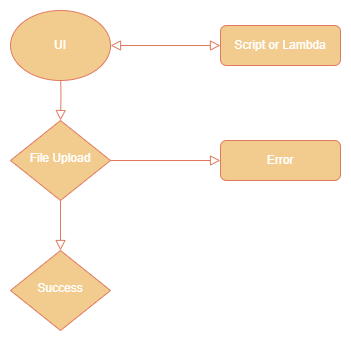
Before: pre-signed-s3/diagram.png, a diagram exported from draw.io (bruno-g-galvan/redcloud-web-test). Source tidied: cells renumbered, new cells last; positions are measured from the earlier drawing's top-left corner, leaving out a move shared by most shapes.
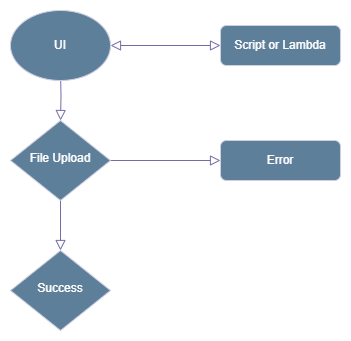
Later version of the same file.

Change to the diagram source:
```diff
@@ -2,12 +2,12 @@
   <root>
     <mxCell id="0" />
     <mxCell id="1" parent="0" />
-    <mxCell id="2" style="rounded=0;html=1;jettySize=auto;fontSize=11;endArrow=block;endFill=0;endSize=8;strokeWidth=1;shadow=0;labelBackgroundColor=none;edgeStyle=orthogonalEdgeStyle;strokeColor=#E07A5F;fontColor=#ffffff;" parent="1" edge="1" target="7">
+    <mxCell id="2" style="rounded=0;html=1;jettySize=auto;fontSize=11;endArrow=block;endFill=0;endSize=8;strokeWidth=1;shadow=0;labelBackgroundColor=none;edgeStyle=orthogonalEdgeStyle;strokeColor=#736CA8;fontColor=#ffffff;" parent="1" edge="1" target="7">
       <mxGeometry relative="1" as="geometry">
         <mxPoint x="50" y="60" as="sourcePoint" />
       </mxGeometry>
     </mxCell>
-    <mxCell id="3" style="edgeStyle=none;curved=1;rounded=0;jettySize=auto;html=1;fontSize=12;startSize=8;endSize=8;strokeColor=#E07A5F;startArrow=block;startFill=0;labelBackgroundColor=none;fontColor=#ffffff;endArrow=block;endFill=0;" parent="1" edge="1" target="10">
+    <mxCell id="3" style="edgeStyle=none;curved=1;rounded=0;jettySize=auto;html=1;fontSize=12;startSize=8;endSize=8;strokeColor=#736CA8;startArrow=block;startFill=0;labelBackgroundColor=none;fontColor=#ffffff;endArrow=block;endFill=0;" parent="1" edge="1" target="10">
       <mxGeometry relative="1" as="geometry">
         <mxPoint x="100" y="35" as="sourcePoint" />
       </mxGeometry>
@@ -17,25 +17,25 @@
         <mxPoint x="5" y="-12" as="offset" />
       </mxGeometry>
     </mxCell>
-    <mxCell id="5" value="Yes" style="rounded=0;html=1;jettySize=auto;fontSize=11;endArrow=block;endFill=0;endSize=8;strokeWidth=1;shadow=0;labelBackgroundColor=none;edgeStyle=orthogonalEdgeStyle;strokeColor=#E07A5F;fontColor=#ffffff;" parent="1" edge="1" source="7" target="9">
+    <mxCell id="5" value="Yes" style="rounded=0;html=1;jettySize=auto;fontSize=11;endArrow=block;endFill=0;endSize=8;strokeWidth=1;shadow=0;labelBackgroundColor=none;edgeStyle=orthogonalEdgeStyle;strokeColor=#736CA8;fontColor=#ffffff;" parent="1" edge="1" source="7" target="9">
       <mxGeometry y="20" relative="1" as="geometry" />
     </mxCell>
-    <mxCell id="6" value="No" style="edgeStyle=orthogonalEdgeStyle;rounded=0;html=1;jettySize=auto;fontSize=11;endArrow=block;endFill=0;endSize=8;strokeWidth=1;shadow=0;labelBackgroundColor=none;strokeColor=#E07A5F;fontColor=#ffffff;" parent="1" edge="1" source="7" target="8">
+    <mxCell id="6" value="No" style="edgeStyle=orthogonalEdgeStyle;rounded=0;html=1;jettySize=auto;fontSize=11;endArrow=block;endFill=0;endSize=8;strokeWidth=1;shadow=0;labelBackgroundColor=none;strokeColor=#736CA8;fontColor=#ffffff;" parent="1" edge="1" source="7" target="8">
       <mxGeometry y="10" relative="1" as="geometry" />
     </mxCell>
-    <mxCell id="7" value="File Upload" style="rhombus;whiteSpace=wrap;html=1;shadow=0;fontFamily=Helvetica;fontSize=12;align=center;strokeWidth=1;spacing=6;spacingTop=-4;labelBackgroundColor=none;fillColor=#F2CC8F;strokeColor=#E07A5F;fontColor=#ffffff;" parent="1" vertex="1">
+    <mxCell id="7" value="File Upload" style="rhombus;whiteSpace=wrap;html=1;shadow=0;fontFamily=Helvetica;fontSize=12;align=center;strokeWidth=1;spacing=6;spacingTop=-4;labelBackgroundColor=none;fillColor=#5D7F99;strokeColor=#D0CEE2;fontColor=#ffffff;" parent="1" vertex="1">
       <mxGeometry y="110" width="100" height="80" as="geometry" />
     </mxCell>
-    <mxCell id="8" value="Error" style="rounded=1;whiteSpace=wrap;html=1;fontSize=12;glass=0;strokeWidth=1;shadow=0;labelBackgroundColor=none;fillColor=#F2CC8F;strokeColor=#E07A5F;fontColor=#ffffff;" parent="1" vertex="1">
+    <mxCell id="8" value="Error" style="rounded=1;whiteSpace=wrap;html=1;fontSize=12;glass=0;strokeWidth=1;shadow=0;labelBackgroundColor=none;fillColor=#5D7F99;strokeColor=#D0CEE2;fontColor=#ffffff;" parent="1" vertex="1">
       <mxGeometry x="210" y="130" width="120" height="40" as="geometry" />
     </mxCell>
-    <mxCell id="9" value="Success" style="rhombus;whiteSpace=wrap;html=1;shadow=0;fontFamily=Helvetica;fontSize=12;align=center;strokeWidth=1;spacing=6;spacingTop=-4;labelBackgroundColor=none;fillColor=#F2CC8F;strokeColor=#E07A5F;fontColor=#ffffff;" parent="1" vertex="1">
+    <mxCell id="9" value="Success" style="rhombus;whiteSpace=wrap;html=1;shadow=0;fontFamily=Helvetica;fontSize=12;align=center;strokeWidth=1;spacing=6;spacingTop=-4;labelBackgroundColor=none;fillColor=#5D7F99;strokeColor=#D0CEE2;fontColor=#ffffff;" parent="1" vertex="1">
       <mxGeometry y="240" width="100" height="80" as="geometry" />
     </mxCell>
-    <mxCell id="10" value="Script or Lambda" style="rounded=1;whiteSpace=wrap;html=1;fontSize=12;glass=0;strokeWidth=1;shadow=0;labelBackgroundColor=none;fillColor=#F2CC8F;strokeColor=#E07A5F;fontColor=#ffffff;" parent="1" vertex="1">
+    <mxCell id="10" value="Script or Lambda" style="rounded=1;whiteSpace=wrap;html=1;fontSize=12;glass=0;strokeWidth=1;shadow=0;labelBackgroundColor=none;fillColor=#5D7F99;strokeColor=#D0CEE2;fontColor=#ffffff;" parent="1" vertex="1">
       <mxGeometry x="210" y="15" width="120" height="40" as="geometry" />
     </mxCell>
-    <mxCell id="11" value="UI" style="ellipse;whiteSpace=wrap;html=1;labelBackgroundColor=none;fillColor=#F2CC8F;strokeColor=#E07A5F;fontColor=#ffffff;" parent="1" vertex="1">
+    <mxCell id="11" value="UI" style="ellipse;whiteSpace=wrap;html=1;labelBackgroundColor=none;fillColor=#5D7F99;strokeColor=#D0CEE2;fontColor=#ffffff;" parent="1" vertex="1">
       <mxGeometry width="100" height="70" as="geometry" />
     </mxCell>
   </root>
```
